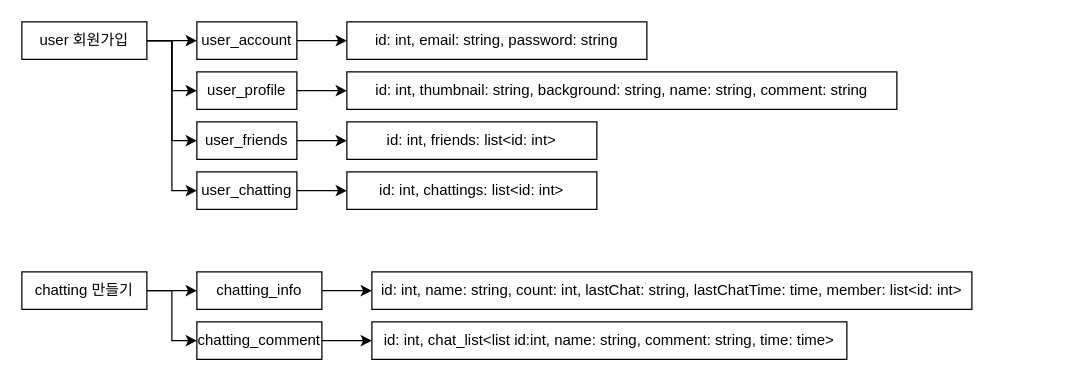
StarJins/pineapple_tok keeps this draw.io diagram as dummy_data/간략 db 구조.drawio. Above is the earlier version. Source tidied: cells renumbered, new cells numbered last; positions are measured from the earlier drawing's top-left corner, leaving out a move shared by most shapes. Both pictures are drawn from the tidied source at 125%, with x=0, y=0 at pixel (21, 21).
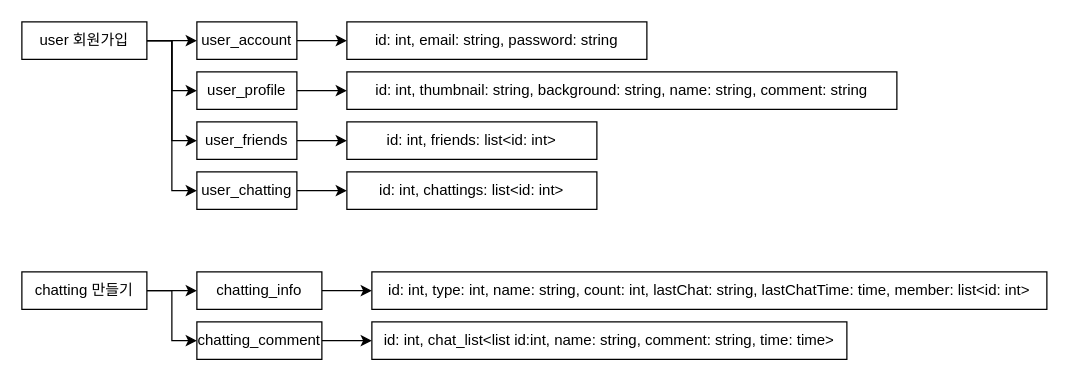
The same diagram, later.

Commit message:
간략 db 구조.drawio 업데이트

Change to the diagram source:
```diff
@@
-    <mxCell id="26" value="id: int, name: string, count: int, lastChat: string, lastChatTime: time, member: list&amp;lt;id: int&amp;gt;" style="rounded=0;whiteSpace=wrap;html=1;" parent="1" vertex="1">
-      <mxGeometry x="280" y="200" width="480" height="30" as="geometry" />
+    <mxCell id="26" value="id: int, type: int, name: string, count: int, lastChat: string, lastChatTime: time, member: list&amp;lt;id: int&amp;gt;" style="rounded=0;whiteSpace=wrap;html=1;" parent="1" vertex="1">
+      <mxGeometry x="280" y="200" width="540" height="30" as="geometry" />
     </mxCell>
```
